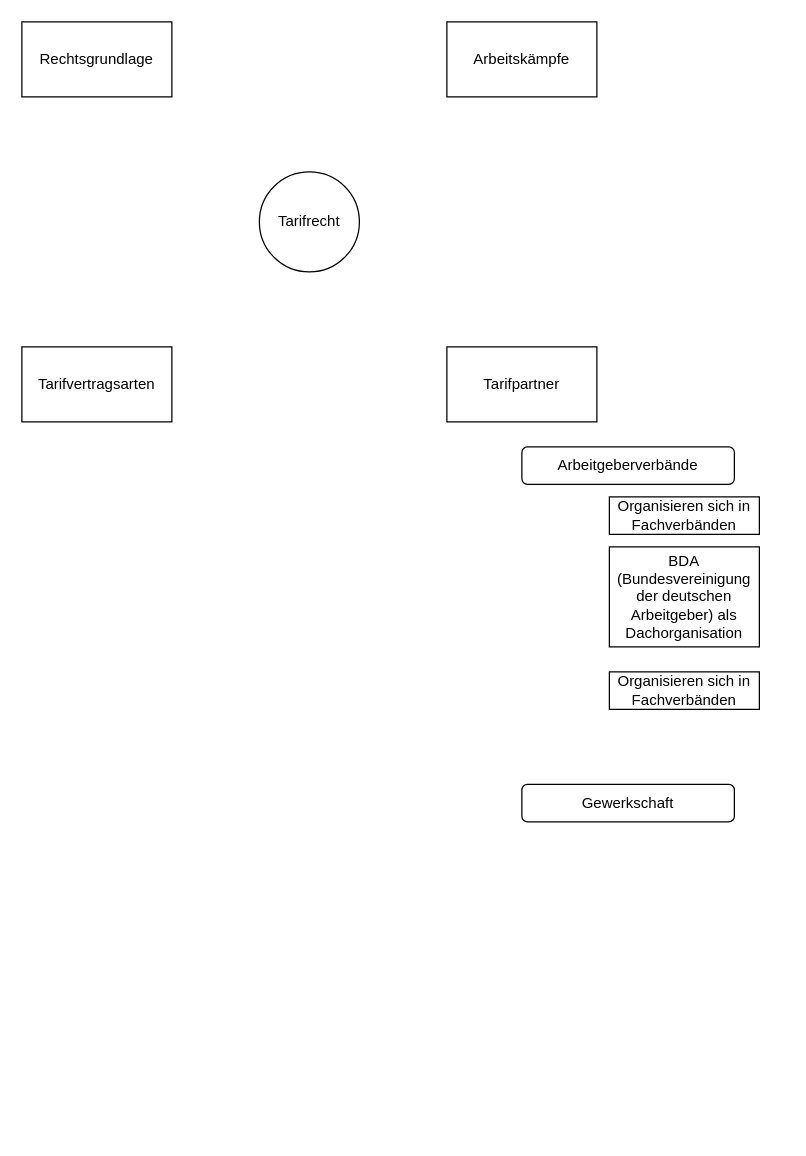
Before: Tarifrecht.drawio in natinaum/notes, a draw.io diagram. Source tidied: cells renumbered, new cells numbered last; positions are measured from the earlier drawing's top-left corner, leaving out a move shared by most shapes. Both pictures are drawn from the tidied source at 125%, with x=0, y=0 at pixel (21, 21).
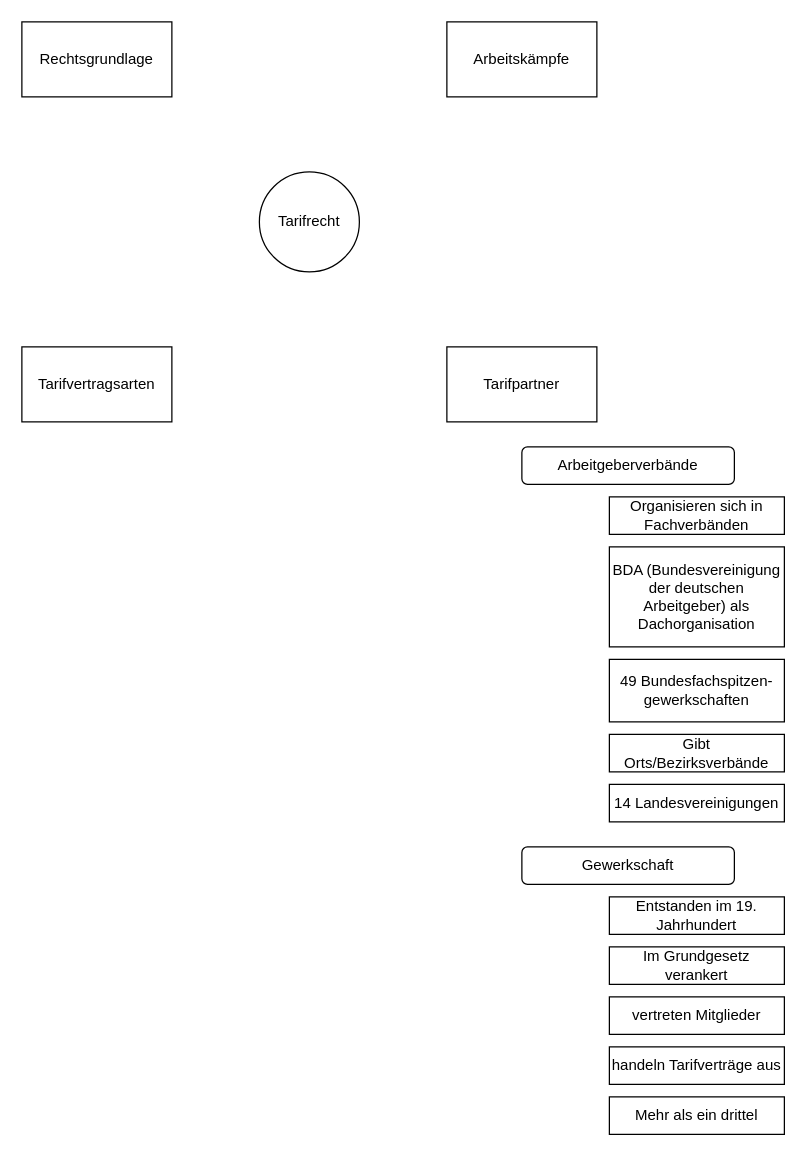
The same page after the edit.

Change to the diagram source:
```diff
@@
 <mxGraphModel>
   <root>
     <mxCell id="0" />
     <mxCell id="1" parent="0" />
     <mxCell id="2" value="&lt;div&gt;Tarifrecht&lt;/div&gt;" style="ellipse;whiteSpace=wrap;html=1;" parent="1" vertex="1">
       <mxGeometry x="190" y="120" width="80" height="80" as="geometry" />
     </mxCell>
     <mxCell id="3" value="Arbeitskämpfe" style="rounded=0;whiteSpace=wrap;html=1;" parent="1" vertex="1">
       <mxGeometry x="340" width="120" height="60" as="geometry" />
     </mxCell>
     <mxCell id="4" value="&lt;div&gt;Rechtsgrundlage&lt;/div&gt;" style="rounded=0;whiteSpace=wrap;html=1;" parent="1" vertex="1">
       <mxGeometry width="120" height="60" as="geometry" />
     </mxCell>
     <mxCell id="5" value="Tarifpartner" style="rounded=0;whiteSpace=wrap;html=1;" parent="1" vertex="1">
       <mxGeometry x="340" y="260" width="120" height="60" as="geometry" />
     </mxCell>
     <mxCell id="6" value="&lt;div&gt;Tarifvertragsarten&lt;/div&gt;" style="rounded=0;whiteSpace=wrap;html=1;" parent="1" vertex="1">
       <mxGeometry y="260" width="120" height="60" as="geometry" />
     </mxCell>
     <mxCell id="7" value="&lt;div&gt;Arbeitgeberverbände&lt;/div&gt;" style="rounded=1;whiteSpace=wrap;html=1;" parent="1" vertex="1">
       <mxGeometry x="400" y="340" width="170" height="30" as="geometry" />
     </mxCell>
     <mxCell id="8" value="&lt;div&gt;Gewerkschaft&lt;/div&gt;" style="rounded=1;whiteSpace=wrap;html=1;" parent="1" vertex="1">
-      <mxGeometry x="400" y="610" width="170" height="30" as="geometry" />
+      <mxGeometry x="400" y="660" width="170" height="30" as="geometry" />
     </mxCell>
     <mxCell id="9" value="Organisieren sich in Fachverbänden" style="rounded=0;whiteSpace=wrap;html=1;" parent="1" vertex="1">
-      <mxGeometry x="470" y="380" width="120" height="30" as="geometry" />
+      <mxGeometry x="470" y="380" width="140" height="30" as="geometry" />
     </mxCell>
     <mxCell id="10" value="BDA (Bundesvereinigung der deutschen Arbeitgeber) als Dachorganisation" style="rounded=0;whiteSpace=wrap;html=1;" parent="1" vertex="1">
-      <mxGeometry x="470" y="420" width="120" height="80" as="geometry" />
+      <mxGeometry x="470" y="420" width="140" height="80" as="geometry" />
     </mxCell>
-    <mxCell id="11" value="Organisieren sich in Fachverbänden" style="rounded=0;whiteSpace=wrap;html=1;" parent="1" vertex="1">
-      <mxGeometry x="470" y="520" width="120" height="30" as="geometry" />
+    <mxCell id="11" value="49 Bundesfachspitzen-gewerkschaften" style="rounded=0;whiteSpace=wrap;html=1;" parent="1" vertex="1">
+      <mxGeometry x="470" y="510" width="140" height="50" as="geometry" />
     </mxCell>
+    <mxCell id="12" value="&lt;div&gt;Gibt Orts/Bezirksverbände&lt;/div&gt;" style="rounded=0;whiteSpace=wrap;html=1;" parent="1" vertex="1">
+      <mxGeometry x="470" y="570" width="140" height="30" as="geometry" />
+    </mxCell>
+    <mxCell id="13" value="&lt;div&gt;14 Landesvereinigungen&lt;br&gt;&lt;/div&gt;" style="rounded=0;whiteSpace=wrap;html=1;" parent="1" vertex="1">
+      <mxGeometry x="470" y="610" width="140" height="30" as="geometry" />
+    </mxCell>
+    <mxCell id="14" value="Entstanden im 19. Jahrhundert" style="rounded=0;whiteSpace=wrap;html=1;" parent="1" vertex="1">
+      <mxGeometry x="470" y="700" width="140" height="30" as="geometry" />
+    </mxCell>
+    <mxCell id="15" value="Im Grundgesetz verankert" style="rounded=0;whiteSpace=wrap;html=1;" parent="1" vertex="1">
+      <mxGeometry x="470" y="740" width="140" height="30" as="geometry" />
+    </mxCell>
+    <mxCell id="16" value="vertreten Mitglieder" style="rounded=0;whiteSpace=wrap;html=1;" parent="1" vertex="1">
+      <mxGeometry x="470" y="780" width="140" height="30" as="geometry" />
+    </mxCell>
+    <mxCell id="17" value="handeln Tarifverträge aus" style="rounded=0;whiteSpace=wrap;html=1;" parent="1" vertex="1">
+      <mxGeometry x="470" y="820" width="140" height="30" as="geometry" />
+    </mxCell>
+    <mxCell id="18" value="Mehr als ein drittel" style="rounded=0;whiteSpace=wrap;html=1;" parent="1" vertex="1">
+      <mxGeometry x="470" y="860" width="140" height="30" as="geometry" />
+    </mxCell>
   </root>
 </mxGraphModel>
```
